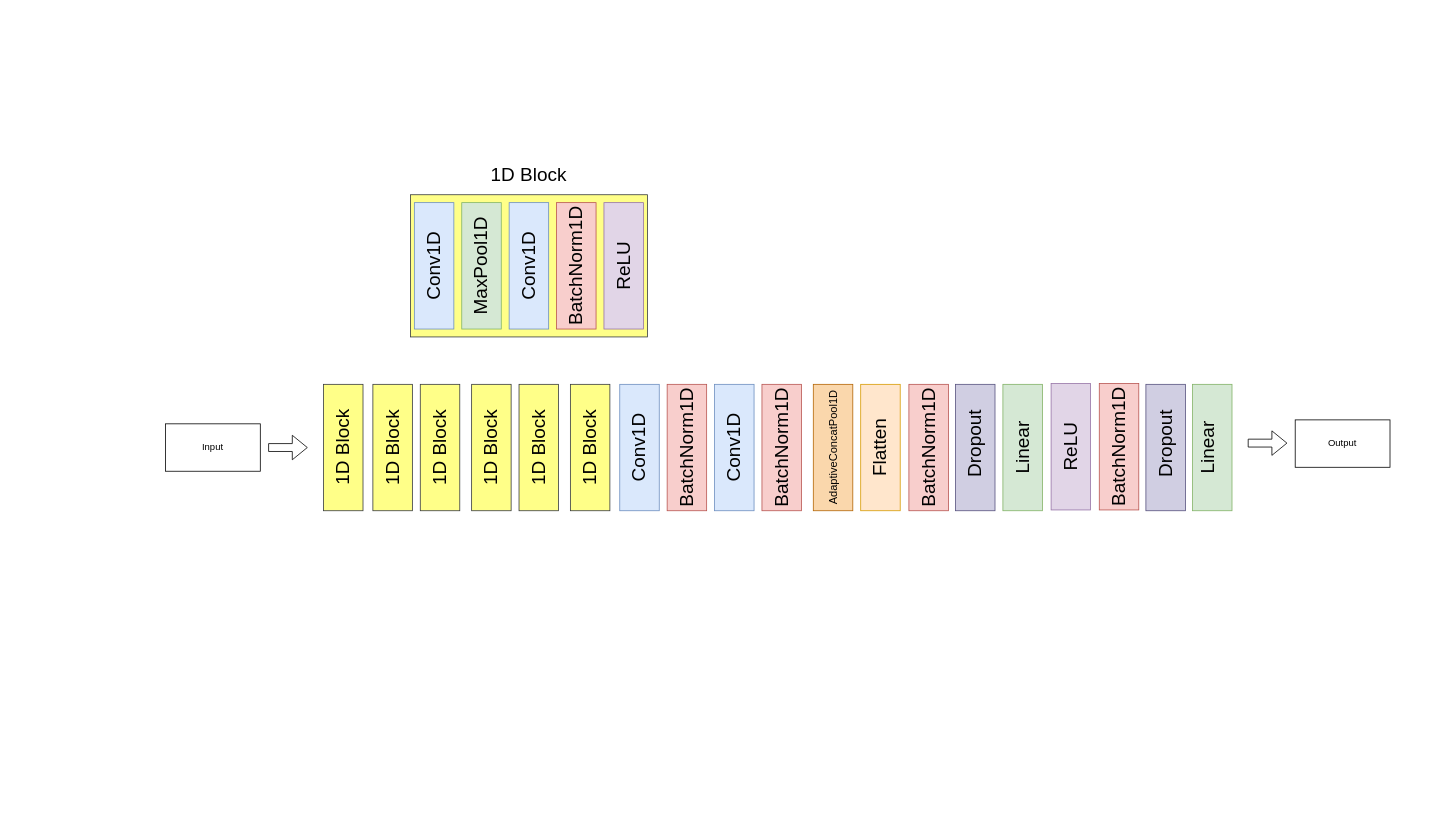
Above: code/1d cnn model.drawio in cepdnaclk/e18-4yp-GPU-Acceleration-for-Deep-Learning-based-Comprehensive-ECG-analysis (draw.io), before the change. Source tidied: cells renumbered, new cells numbered last; positions are measured from the earlier drawing's top-left corner, leaving out a move shared by most shapes. Both pictures are drawn from the tidied source at 79%, with x=0, y=0 at pixel (165, 163).
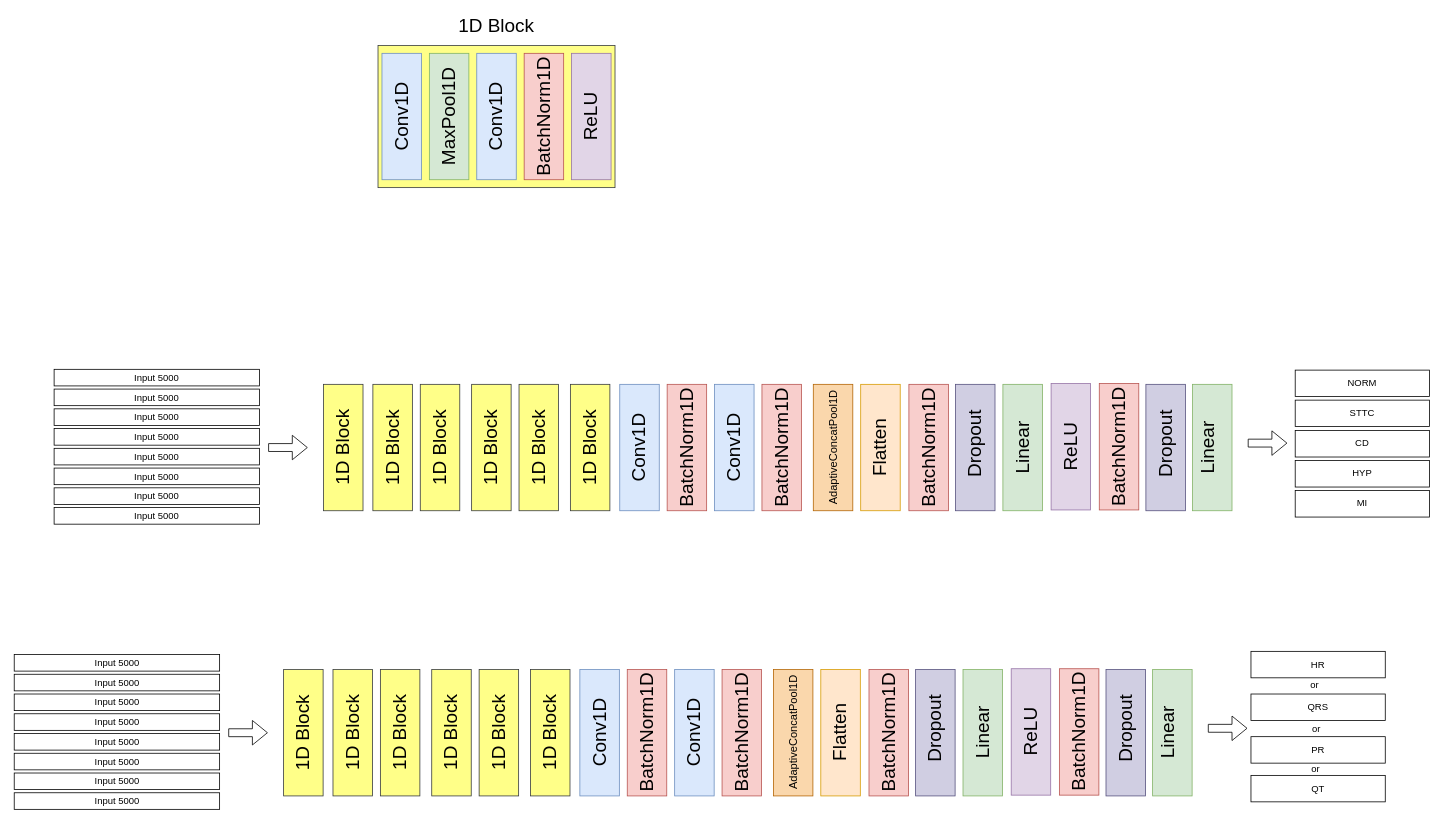
The same page after the edit.

The edit, as a diff of the source:
```diff
@@
     <mxCell id="2" style="rounded=0;whiteSpace=wrap;html=1;fillColor=#ffff88;strokeColor=#36393d;" parent="1" vertex="1">
-      <mxGeometry x="310" y="40" width="300" height="180" as="geometry" />
+      <mxGeometry x="269" y="-149" width="300" height="180" as="geometry" />
     </mxCell>
     <mxCell id="3" style="rounded=0;whiteSpace=wrap;html=1;fillColor=#dae8fc;strokeColor=#6c8ebf;" parent="1" vertex="1">
-      <mxGeometry x="315" y="50" width="50" height="160" as="geometry" />
+      <mxGeometry x="274" y="-139" width="50" height="160" as="geometry" />
     </mxCell>
     <mxCell id="4" value="&lt;font style=&quot;font-size: 24px;&quot;&gt;Conv1D&lt;/font&gt;" style="text;html=1;align=center;verticalAlign=middle;whiteSpace=wrap;rounded=0;rotation=-90;" parent="1" vertex="1">
-      <mxGeometry x="310" y="115" width="60" height="30" as="geometry" />
+      <mxGeometry x="269" y="-74" width="60" height="30" as="geometry" />
     </mxCell>
     <mxCell id="5" style="rounded=0;whiteSpace=wrap;html=1;fillColor=#d5e8d4;strokeColor=#82b366;" parent="1" vertex="1">
-      <mxGeometry x="375" y="50" width="50" height="160" as="geometry" />
+      <mxGeometry x="334" y="-139" width="50" height="160" as="geometry" />
     </mxCell>
     <mxCell id="6" value="&lt;font style=&quot;font-size: 24px;&quot;&gt;MaxPool1D&lt;/font&gt;" style="text;html=1;align=center;verticalAlign=middle;whiteSpace=wrap;rounded=0;rotation=-90;" parent="1" vertex="1">
-      <mxGeometry x="370" y="115" width="60" height="30" as="geometry" />
+      <mxGeometry x="329" y="-74" width="60" height="30" as="geometry" />
     </mxCell>
     <mxCell id="7" style="rounded=0;whiteSpace=wrap;html=1;fillColor=#f8cecc;strokeColor=#b85450;" parent="1" vertex="1">
-      <mxGeometry x="495" y="50" width="50" height="160" as="geometry" />
+      <mxGeometry x="454" y="-139" width="50" height="160" as="geometry" />
     </mxCell>
     <mxCell id="8" value="&lt;font style=&quot;font-size: 24px;&quot;&gt;BatchNorm1D&lt;/font&gt;" style="text;html=1;align=center;verticalAlign=middle;whiteSpace=wrap;rounded=0;rotation=-90;" parent="1" vertex="1">
-      <mxGeometry x="470" y="115" width="100" height="30" as="geometry" />
+      <mxGeometry x="429" y="-74" width="100" height="30" as="geometry" />
     </mxCell>
     <mxCell id="9" style="rounded=0;whiteSpace=wrap;html=1;fillColor=#dae8fc;strokeColor=#6c8ebf;" parent="1" vertex="1">
-      <mxGeometry x="435" y="50" width="50" height="160" as="geometry" />
+      <mxGeometry x="394" y="-139" width="50" height="160" as="geometry" />
     </mxCell>
     <mxCell id="10" style="rounded=0;whiteSpace=wrap;html=1;fillColor=#e1d5e7;strokeColor=#9673a6;" parent="1" vertex="1">
-      <mxGeometry x="555" y="50" width="50" height="160" as="geometry" />
+      <mxGeometry x="514" y="-139" width="50" height="160" as="geometry" />
     </mxCell>
     <mxCell id="11" value="&lt;font style=&quot;font-size: 24px;&quot;&gt;ReLU&lt;/font&gt;" style="text;html=1;align=center;verticalAlign=middle;whiteSpace=wrap;rounded=0;rotation=-90;" parent="1" vertex="1">
-      <mxGeometry x="530" y="115" width="100" height="30" as="geometry" />
+      <mxGeometry x="489" y="-74" width="100" height="30" as="geometry" />
     </mxCell>
     <mxCell id="12" value="&lt;font style=&quot;font-size: 24px;&quot;&gt;Conv1D&lt;/font&gt;" style="text;html=1;align=center;verticalAlign=middle;whiteSpace=wrap;rounded=0;rotation=-90;" parent="1" vertex="1">
-      <mxGeometry x="430" y="115" width="60" height="30" as="geometry" />
+      <mxGeometry x="389" y="-74" width="60" height="30" as="geometry" />
     </mxCell>
     <mxCell id="13" value="&lt;font style=&quot;font-size: 24px;&quot;&gt;1D Block&lt;/font&gt;" style="text;html=1;align=center;verticalAlign=middle;whiteSpace=wrap;rounded=0;" parent="1" vertex="1">
-      <mxGeometry x="395" width="130" height="30" as="geometry" />
+      <mxGeometry x="354" y="-189" width="130" height="30" as="geometry" />
     </mxCell>
@@
-    <mxCell id="16" value="Input" style="rounded=0;whiteSpace=wrap;html=1;" parent="1" vertex="1">
-      <mxGeometry y="330" width="120" height="60" as="geometry" />
+    <mxCell id="16" value="Input 5000" style="rounded=0;whiteSpace=wrap;html=1;" parent="1" vertex="1">
+      <mxGeometry x="-141" y="261" width="260" height="21" as="geometry" />
     </mxCell>
@@
-    <mxCell id="55" value="Output" style="rounded=0;whiteSpace=wrap;html=1;" parent="1" vertex="1">
-      <mxGeometry x="1430" y="325" width="120" height="60" as="geometry" />
-    </mxCell>
+    <mxCell id="56" value="Input 5000" style="rounded=0;whiteSpace=wrap;html=1;" parent="1" vertex="1">
+      <mxGeometry x="-141" y="286" width="260" height="21" as="geometry" />
+    </mxCell>
+    <mxCell id="57" value="Input 5000" style="rounded=0;whiteSpace=wrap;html=1;" parent="1" vertex="1">
+      <mxGeometry x="-141" y="311" width="260" height="21" as="geometry" />
+    </mxCell>
+    <mxCell id="58" value="Input 5000" style="rounded=0;whiteSpace=wrap;html=1;" parent="1" vertex="1">
+      <mxGeometry x="-141" y="336" width="260" height="21" as="geometry" />
+    </mxCell>
+    <mxCell id="59" value="Input 5000" style="rounded=0;whiteSpace=wrap;html=1;" parent="1" vertex="1">
+      <mxGeometry x="-141" y="361" width="260" height="21" as="geometry" />
+    </mxCell>
+    <mxCell id="60" value="Input 5000" style="rounded=0;whiteSpace=wrap;html=1;" parent="1" vertex="1">
+      <mxGeometry x="-141" y="386" width="260" height="21" as="geometry" />
+    </mxCell>
+    <mxCell id="61" value="Input 5000" style="rounded=0;whiteSpace=wrap;html=1;" parent="1" vertex="1">
+      <mxGeometry x="-141" y="411" width="260" height="21" as="geometry" />
+    </mxCell>
+    <mxCell id="62" value="Input 5000" style="rounded=0;whiteSpace=wrap;html=1;" parent="1" vertex="1">
+      <mxGeometry x="-141" y="436" width="260" height="21" as="geometry" />
+    </mxCell>
+    <mxCell id="63" value="NORM" style="rounded=0;whiteSpace=wrap;html=1;" parent="1" vertex="1">
+      <mxGeometry x="1430" y="262" width="170" height="33.5" as="geometry" />
+    </mxCell>
+    <mxCell id="64" value="STTC" style="rounded=0;whiteSpace=wrap;html=1;" parent="1" vertex="1">
+      <mxGeometry x="1430" y="300" width="170" height="33.5" as="geometry" />
+    </mxCell>
+    <mxCell id="65" value="CD" style="rounded=0;whiteSpace=wrap;html=1;" parent="1" vertex="1">
+      <mxGeometry x="1430" y="338.5" width="170" height="33.5" as="geometry" />
+    </mxCell>
+    <mxCell id="66" value="HYP" style="rounded=0;whiteSpace=wrap;html=1;" parent="1" vertex="1">
+      <mxGeometry x="1430" y="376.5" width="170" height="33.5" as="geometry" />
+    </mxCell>
+    <mxCell id="67" value="MI" style="rounded=0;whiteSpace=wrap;html=1;" parent="1" vertex="1">
+      <mxGeometry x="1430" y="414.5" width="170" height="33.5" as="geometry" />
+    </mxCell>
+    <mxCell id="68" style="rounded=0;whiteSpace=wrap;html=1;fillColor=#ffff88;strokeColor=#36393d;" parent="1" vertex="1">
+      <mxGeometry x="149.5" y="641" width="50" height="160" as="geometry" />
+    </mxCell>
+    <mxCell id="69" value="&lt;font style=&quot;font-size: 24px;&quot;&gt;1D Block&lt;/font&gt;" style="text;html=1;align=center;verticalAlign=middle;whiteSpace=wrap;rounded=0;rotation=-90;" parent="1" vertex="1">
+      <mxGeometry x="117" y="706" width="115" height="30" as="geometry" />
+    </mxCell>
+    <mxCell id="70" value="Input 5000" style="rounded=0;whiteSpace=wrap;html=1;" parent="1" vertex="1">
+      <mxGeometry x="-191.5" y="622" width="260" height="21" as="geometry" />
+    </mxCell>
+    <mxCell id="71" style="shape=flexArrow;endArrow=classic;html=1;rounded=0;" parent="1" edge="1">
+      <mxGeometry relative="1" as="geometry">
+        <mxPoint x="79.5" y="721" as="sourcePoint" />
+        <mxPoint x="129.5" y="721" as="targetPoint" />
+      </mxGeometry>
+    </mxCell>
+    <mxCell id="72" style="rounded=0;whiteSpace=wrap;html=1;fillColor=#ffff88;strokeColor=#36393d;" parent="1" vertex="1">
+      <mxGeometry x="212" y="641" width="50" height="160" as="geometry" />
+    </mxCell>
+    <mxCell id="73" value="&lt;font style=&quot;font-size: 24px;&quot;&gt;1D Block&lt;/font&gt;" style="text;html=1;align=center;verticalAlign=middle;whiteSpace=wrap;rounded=0;rotation=-90;" parent="1" vertex="1">
+      <mxGeometry x="179.5" y="706" width="115" height="30" as="geometry" />
+    </mxCell>
+    <mxCell id="74" style="rounded=0;whiteSpace=wrap;html=1;fillColor=#ffff88;strokeColor=#36393d;" parent="1" vertex="1">
+      <mxGeometry x="272" y="641" width="50" height="160" as="geometry" />
+    </mxCell>
+    <mxCell id="75" value="&lt;font style=&quot;font-size: 24px;&quot;&gt;1D Block&lt;/font&gt;" style="text;html=1;align=center;verticalAlign=middle;whiteSpace=wrap;rounded=0;rotation=-90;" parent="1" vertex="1">
+      <mxGeometry x="239.5" y="706" width="115" height="30" as="geometry" />
+    </mxCell>
+    <mxCell id="76" style="rounded=0;whiteSpace=wrap;html=1;fillColor=#ffff88;strokeColor=#36393d;" parent="1" vertex="1">
+      <mxGeometry x="337" y="641" width="50" height="160" as="geometry" />
+    </mxCell>
+    <mxCell id="77" value="&lt;font style=&quot;font-size: 24px;&quot;&gt;1D Block&lt;/font&gt;" style="text;html=1;align=center;verticalAlign=middle;whiteSpace=wrap;rounded=0;rotation=-90;" parent="1" vertex="1">
+      <mxGeometry x="304.5" y="706" width="115" height="30" as="geometry" />
+    </mxCell>
+    <mxCell id="78" style="rounded=0;whiteSpace=wrap;html=1;fillColor=#ffff88;strokeColor=#36393d;" parent="1" vertex="1">
+      <mxGeometry x="397" y="641" width="50" height="160" as="geometry" />
+    </mxCell>
+    <mxCell id="79" value="&lt;font style=&quot;font-size: 24px;&quot;&gt;1D Block&lt;/font&gt;" style="text;html=1;align=center;verticalAlign=middle;whiteSpace=wrap;rounded=0;rotation=-90;" parent="1" vertex="1">
+      <mxGeometry x="364.5" y="706" width="115" height="30" as="geometry" />
+    </mxCell>
+    <mxCell id="80" style="rounded=0;whiteSpace=wrap;html=1;fillColor=#ffff88;strokeColor=#36393d;" parent="1" vertex="1">
+      <mxGeometry x="462" y="641" width="50" height="160" as="geometry" />
+    </mxCell>
+    <mxCell id="81" value="&lt;font style=&quot;font-size: 24px;&quot;&gt;1D Block&lt;/font&gt;" style="text;html=1;align=center;verticalAlign=middle;whiteSpace=wrap;rounded=0;rotation=-90;" parent="1" vertex="1">
+      <mxGeometry x="429.5" y="706" width="115" height="30" as="geometry" />
+    </mxCell>
+    <mxCell id="82" style="rounded=0;whiteSpace=wrap;html=1;fillColor=#dae8fc;strokeColor=#6c8ebf;" parent="1" vertex="1">
+      <mxGeometry x="524.5" y="641" width="50" height="160" as="geometry" />
+    </mxCell>
+    <mxCell id="83" value="&lt;font style=&quot;font-size: 24px;&quot;&gt;Conv1D&lt;/font&gt;" style="text;html=1;align=center;verticalAlign=middle;whiteSpace=wrap;rounded=0;rotation=-90;" parent="1" vertex="1">
+      <mxGeometry x="519.5" y="706" width="60" height="30" as="geometry" />
+    </mxCell>
+    <mxCell id="84" style="rounded=0;whiteSpace=wrap;html=1;fillColor=#f8cecc;strokeColor=#b85450;" parent="1" vertex="1">
+      <mxGeometry x="584.5" y="641" width="50" height="160" as="geometry" />
+    </mxCell>
+    <mxCell id="85" value="&lt;font style=&quot;font-size: 24px;&quot;&gt;BatchNorm1D&lt;/font&gt;" style="text;html=1;align=center;verticalAlign=middle;whiteSpace=wrap;rounded=0;rotation=-90;" parent="1" vertex="1">
+      <mxGeometry x="559.5" y="706" width="100" height="30" as="geometry" />
+    </mxCell>
+    <mxCell id="86" style="rounded=0;whiteSpace=wrap;html=1;fillColor=#dae8fc;strokeColor=#6c8ebf;" parent="1" vertex="1">
+      <mxGeometry x="644.5" y="641" width="50" height="160" as="geometry" />
+    </mxCell>
+    <mxCell id="87" value="&lt;font style=&quot;font-size: 24px;&quot;&gt;Conv1D&lt;/font&gt;" style="text;html=1;align=center;verticalAlign=middle;whiteSpace=wrap;rounded=0;rotation=-90;" parent="1" vertex="1">
+      <mxGeometry x="639.5" y="706" width="60" height="30" as="geometry" />
+    </mxCell>
+    <mxCell id="88" style="rounded=0;whiteSpace=wrap;html=1;fillColor=#f8cecc;strokeColor=#b85450;" parent="1" vertex="1">
+      <mxGeometry x="704.5" y="641" width="50" height="160" as="geometry" />
+    </mxCell>
+    <mxCell id="89" value="&lt;font style=&quot;font-size: 24px;&quot;&gt;BatchNorm1D&lt;/font&gt;" style="text;html=1;align=center;verticalAlign=middle;whiteSpace=wrap;rounded=0;rotation=-90;" parent="1" vertex="1">
+      <mxGeometry x="679.5" y="706" width="100" height="30" as="geometry" />
+    </mxCell>
+    <mxCell id="90" style="rounded=0;whiteSpace=wrap;html=1;fillColor=#fad7ac;strokeColor=#b46504;" parent="1" vertex="1">
+      <mxGeometry x="769.5" y="641" width="50" height="160" as="geometry" />
+    </mxCell>
+    <mxCell id="91" style="rounded=0;whiteSpace=wrap;html=1;fillColor=#ffe6cc;strokeColor=#d79b00;" parent="1" vertex="1">
+      <mxGeometry x="829.5" y="641" width="50" height="160" as="geometry" />
+    </mxCell>
+    <mxCell id="92" style="rounded=0;whiteSpace=wrap;html=1;fillColor=#d0cee2;strokeColor=#56517e;" parent="1" vertex="1">
+      <mxGeometry x="949.5" y="641" width="50" height="160" as="geometry" />
+    </mxCell>
+    <mxCell id="93" style="rounded=0;whiteSpace=wrap;html=1;fillColor=#d5e8d4;strokeColor=#82b366;" parent="1" vertex="1">
+      <mxGeometry x="1009.5" y="641" width="50" height="160" as="geometry" />
+    </mxCell>
+    <mxCell id="94" style="rounded=0;whiteSpace=wrap;html=1;fillColor=#d5e8d4;strokeColor=#82b366;" parent="1" vertex="1">
+      <mxGeometry x="1249.5" y="641" width="50" height="160" as="geometry" />
+    </mxCell>
+    <mxCell id="95" value="&lt;font style=&quot;font-size: 14px;&quot;&gt;AdaptiveConcatPool1D&lt;/font&gt;" style="text;html=1;align=center;verticalAlign=middle;whiteSpace=wrap;rounded=0;rotation=-90;" parent="1" vertex="1">
+      <mxGeometry x="744.5" y="706" width="100" height="30" as="geometry" />
+    </mxCell>
+    <mxCell id="96" value="&lt;font style=&quot;font-size: 24px;&quot;&gt;Flatten&lt;/font&gt;" style="text;html=1;align=center;verticalAlign=middle;whiteSpace=wrap;rounded=0;rotation=-90;" parent="1" vertex="1">
+      <mxGeometry x="804.5" y="706" width="100" height="30" as="geometry" />
+    </mxCell>
+    <mxCell id="97" value="&lt;font style=&quot;font-size: 24px;&quot;&gt;Dropout&lt;/font&gt;" style="text;html=1;align=center;verticalAlign=middle;whiteSpace=wrap;rounded=0;rotation=-90;" parent="1" vertex="1">
+      <mxGeometry x="924.5" y="701" width="100" height="30" as="geometry" />
+    </mxCell>
+    <mxCell id="98" value="&lt;font style=&quot;font-size: 24px;&quot;&gt;Linear&lt;/font&gt;" style="text;html=1;align=center;verticalAlign=middle;whiteSpace=wrap;rounded=0;rotation=-90;" parent="1" vertex="1">
+      <mxGeometry x="984.5" y="706" width="100" height="30" as="geometry" />
+    </mxCell>
+    <mxCell id="99" value="&lt;font style=&quot;font-size: 24px;&quot;&gt;Linear&lt;/font&gt;" style="text;html=1;align=center;verticalAlign=middle;whiteSpace=wrap;rounded=0;rotation=-90;" parent="1" vertex="1">
+      <mxGeometry x="1219.5" y="706" width="100" height="30" as="geometry" />
+    </mxCell>
+    <mxCell id="100" style="rounded=0;whiteSpace=wrap;html=1;fillColor=#f8cecc;strokeColor=#b85450;" parent="1" vertex="1">
+      <mxGeometry x="890.5" y="641" width="50" height="160" as="geometry" />
+    </mxCell>
+    <mxCell id="101" value="&lt;font style=&quot;font-size: 24px;&quot;&gt;BatchNorm1D&lt;/font&gt;" style="text;html=1;align=center;verticalAlign=middle;whiteSpace=wrap;rounded=0;rotation=-90;" parent="1" vertex="1">
+      <mxGeometry x="865.5" y="706" width="100" height="30" as="geometry" />
+    </mxCell>
+    <mxCell id="102" style="rounded=0;whiteSpace=wrap;html=1;fillColor=#e1d5e7;strokeColor=#9673a6;" parent="1" vertex="1">
+      <mxGeometry x="1070.5" y="640" width="50" height="160" as="geometry" />
+    </mxCell>
+    <mxCell id="103" value="&lt;font style=&quot;font-size: 24px;&quot;&gt;ReLU&lt;/font&gt;" style="text;html=1;align=center;verticalAlign=middle;whiteSpace=wrap;rounded=0;rotation=-90;" parent="1" vertex="1">
+      <mxGeometry x="1045.5" y="705" width="100" height="30" as="geometry" />
+    </mxCell>
+    <mxCell id="104" style="rounded=0;whiteSpace=wrap;html=1;fillColor=#f8cecc;strokeColor=#b85450;" parent="1" vertex="1">
+      <mxGeometry x="1131.5" y="640" width="50" height="160" as="geometry" />
+    </mxCell>
+    <mxCell id="105" value="&lt;font style=&quot;font-size: 24px;&quot;&gt;BatchNorm1D&lt;/font&gt;" style="text;html=1;align=center;verticalAlign=middle;whiteSpace=wrap;rounded=0;rotation=-90;" parent="1" vertex="1">
+      <mxGeometry x="1106.5" y="705" width="100" height="30" as="geometry" />
+    </mxCell>
+    <mxCell id="106" style="rounded=0;whiteSpace=wrap;html=1;fillColor=#d0cee2;strokeColor=#56517e;" parent="1" vertex="1">
+      <mxGeometry x="1190.5" y="641" width="50" height="160" as="geometry" />
+    </mxCell>
+    <mxCell id="107" value="&lt;font style=&quot;font-size: 24px;&quot;&gt;Dropout&lt;/font&gt;" style="text;html=1;align=center;verticalAlign=middle;whiteSpace=wrap;rounded=0;rotation=-90;" parent="1" vertex="1">
+      <mxGeometry x="1165.5" y="701" width="100" height="30" as="geometry" />
+    </mxCell>
+    <mxCell id="108" style="shape=flexArrow;endArrow=classic;html=1;rounded=0;" parent="1" edge="1">
+      <mxGeometry relative="1" as="geometry">
+        <mxPoint x="1319.5" y="715.4" as="sourcePoint" />
+        <mxPoint x="1369.5" y="715.4" as="targetPoint" />
+      </mxGeometry>
+    </mxCell>
+    <mxCell id="109" value="Input 5000" style="rounded=0;whiteSpace=wrap;html=1;" parent="1" vertex="1">
+      <mxGeometry x="-191.5" y="647" width="260" height="21" as="geometry" />
+    </mxCell>
+    <mxCell id="110" value="Input 5000" style="rounded=0;whiteSpace=wrap;html=1;" parent="1" vertex="1">
+      <mxGeometry x="-191.5" y="672" width="260" height="21" as="geometry" />
+    </mxCell>
+    <mxCell id="111" value="Input 5000" style="rounded=0;whiteSpace=wrap;html=1;" parent="1" vertex="1">
+      <mxGeometry x="-191.5" y="697" width="260" height="21" as="geometry" />
+    </mxCell>
+    <mxCell id="112" value="Input 5000" style="rounded=0;whiteSpace=wrap;html=1;" parent="1" vertex="1">
+      <mxGeometry x="-191.5" y="722" width="260" height="21" as="geometry" />
+    </mxCell>
+    <mxCell id="113" value="Input 5000" style="rounded=0;whiteSpace=wrap;html=1;" parent="1" vertex="1">
+      <mxGeometry x="-191.5" y="747" width="260" height="21" as="geometry" />
+    </mxCell>
+    <mxCell id="114" value="Input 5000" style="rounded=0;whiteSpace=wrap;html=1;" parent="1" vertex="1">
+      <mxGeometry x="-191.5" y="772" width="260" height="21" as="geometry" />
+    </mxCell>
+    <mxCell id="115" value="Input 5000" style="rounded=0;whiteSpace=wrap;html=1;" parent="1" vertex="1">
+      <mxGeometry x="-191.5" y="797" width="260" height="21" as="geometry" />
+    </mxCell>
+    <mxCell id="116" value="HR" style="rounded=0;whiteSpace=wrap;html=1;" parent="1" vertex="1">
+      <mxGeometry x="1374" y="618" width="170" height="33.5" as="geometry" />
+    </mxCell>
+    <mxCell id="117" value="QRS" style="rounded=0;whiteSpace=wrap;html=1;" parent="1" vertex="1">
+      <mxGeometry x="1374" y="672" width="170" height="33.5" as="geometry" />
+    </mxCell>
+    <mxCell id="118" value="PR" style="rounded=0;whiteSpace=wrap;html=1;" parent="1" vertex="1">
+      <mxGeometry x="1374" y="726" width="170" height="33.5" as="geometry" />
+    </mxCell>
+    <mxCell id="119" value="QT" style="rounded=0;whiteSpace=wrap;html=1;" parent="1" vertex="1">
+      <mxGeometry x="1374" y="775" width="170" height="33.5" as="geometry" />
+    </mxCell>
+    <mxCell id="120" value="or" style="text;html=1;align=center;verticalAlign=middle;whiteSpace=wrap;rounded=0;" parent="1" vertex="1">
+      <mxGeometry x="1425" y="646" width="60" height="30" as="geometry" />
+    </mxCell>
+    <mxCell id="121" value="or" style="text;html=1;align=center;verticalAlign=middle;whiteSpace=wrap;rounded=0;" parent="1" vertex="1">
+      <mxGeometry x="1427" y="701" width="60" height="30" as="geometry" />
+    </mxCell>
+    <mxCell id="122" value="or" style="text;html=1;align=center;verticalAlign=middle;whiteSpace=wrap;rounded=0;" parent="1" vertex="1">
+      <mxGeometry x="1426" y="752" width="60" height="30" as="geometry" />
+    </mxCell>
```
